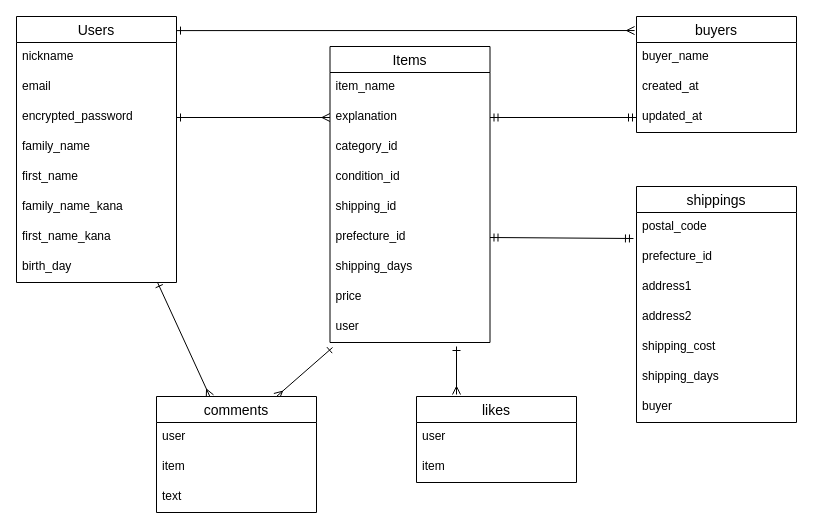
tae-sskr/furima-39205 keeps this draw.io diagram as .dio. Above is the earlier version. Source tidied: cells renumbered, new cells numbered last; positions are measured from the earlier drawing's top-left corner, leaving out a move shared by most shapes. Both pictures are drawn from the tidied source at 100%, with x=0, y=0 at pixel (16, 16).
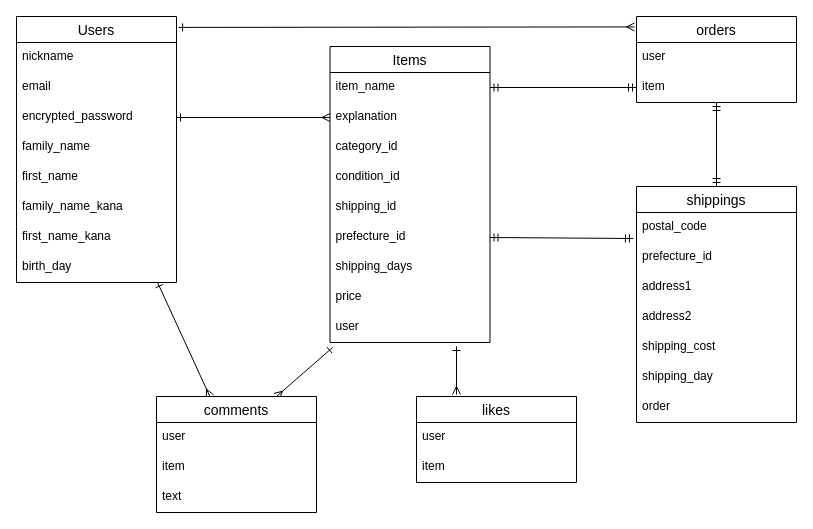
After the change.

Unchanged cells that the change refers to:
```xml
<mxCell id="4" value="Users" style="swimlane;fontStyle=0;horizontal=1;startSize=26;align=center;fontSize=14;" parent="1" vertex="1">
  <mxGeometry width="160" height="266" as="geometry" />
</mxCell>
<mxCell id="15" value="item_name" style="text;strokeColor=none;fillColor=none;spacingLeft=4;spacingRight=4;overflow=hidden;points=[[0,0.5],[1,0.5]];portConstraint=eastwest;fontSize=12;" parent="14" vertex="1">
  <mxGeometry y="26" width="160" height="30" as="geometry" />
</mxCell>
<mxCell id="16" value="explanation" style="text;strokeColor=none;fillColor=none;spacingLeft=4;spacingRight=4;overflow=hidden;points=[[0,0.5],[1,0.5]];portConstraint=eastwest;fontSize=12;" parent="14" vertex="1">
  <mxGeometry y="56" width="160" height="30" as="geometry" />
</mxCell>
<mxCell id="38" value="shippings" style="swimlane;fontStyle=0;horizontal=1;startSize=26;align=center;fontSize=14;" parent="1" vertex="1">
  <mxGeometry x="620" y="170" width="160" height="236" as="geometry" />
</mxCell>
```

The edit, as a diff of the source:
```diff
@@
-    <mxCell id="3" style="edgeStyle=none;html=1;startArrow=ERone;startFill=0;endArrow=ERmany;endFill=0;exitX=1;exitY=0.053;exitDx=0;exitDy=0;exitPerimeter=0;entryX=-0.012;entryY=0.121;entryDx=0;entryDy=0;entryPerimeter=0;" parent="1" edge="1" source="4" target="24">
+    <mxCell id="3" style="edgeStyle=none;html=1;startArrow=ERone;startFill=0;endArrow=ERmany;endFill=0;exitX=1.013;exitY=0.041;exitDx=0;exitDy=0;exitPerimeter=0;entryX=-0.012;entryY=0.121;entryDx=0;entryDy=0;entryPerimeter=0;" parent="1" edge="1" source="4" target="24">
       <mxGeometry relative="1" as="geometry" />
     </mxCell>
@@
+    <mxCell id="47" style="edgeStyle=none;html=1;startArrow=ERmandOne;startFill=0;endArrow=ERmandOne;endFill=0;entryX=0.5;entryY=0;entryDx=0;entryDy=0;" parent="1" edge="1" source="24" target="38">
+      <mxGeometry relative="1" as="geometry" />
+    </mxCell>
-    <mxCell id="24" value="buyers" style="swimlane;fontStyle=0;horizontal=1;startSize=26;align=center;fontSize=14;" parent="1" vertex="1">
-      <mxGeometry x="620" width="160" height="116" as="geometry" />
+    <mxCell id="24" value="orders" style="swimlane;fontStyle=0;horizontal=1;startSize=26;align=center;fontSize=14;" parent="1" vertex="1">
+      <mxGeometry x="620" width="160" height="86" as="geometry" />
     </mxCell>
-    <mxCell id="25" value="buyer_name" style="text;strokeColor=none;fillColor=none;spacingLeft=4;spacingRight=4;overflow=hidden;fontSize=12;" parent="24" vertex="1">
+    <mxCell id="25" value="user" style="text;strokeColor=none;fillColor=none;spacingLeft=4;spacingRight=4;overflow=hidden;fontSize=12;" parent="24" vertex="1">
       <mxGeometry y="26" width="160" height="30" as="geometry" />
     </mxCell>
-    <mxCell id="26" value="created_at" style="text;strokeColor=none;fillColor=none;spacingLeft=4;spacingRight=4;overflow=hidden;points=[[0,0.5],[1,0.5]];portConstraint=eastwest;fontSize=12;" parent="24" vertex="1">
+    <mxCell id="26" value="item" style="text;strokeColor=none;fillColor=none;spacingLeft=4;spacingRight=4;overflow=hidden;points=[[0,0.5],[1,0.5]];portConstraint=eastwest;fontSize=12;" parent="24" vertex="1">
       <mxGeometry y="56" width="160" height="30" as="geometry" />
     </mxCell>
-    <mxCell id="27" value="updated_at" style="text;strokeColor=none;fillColor=none;spacingLeft=4;spacingRight=4;overflow=hidden;points=[[0,0.5],[1,0.5]];portConstraint=eastwest;fontSize=12;" parent="24" vertex="1">
-      <mxGeometry y="86" width="160" height="30" as="geometry" />
-    </mxCell>
@@
-    <mxCell id="37" style="edgeStyle=none;html=1;exitX=1;exitY=0.5;exitDx=0;exitDy=0;entryX=0;entryY=0.5;entryDx=0;entryDy=0;startArrow=ERmandOne;startFill=0;endArrow=ERmandOne;endFill=0;" parent="1" edge="1" source="16" target="27">
+    <mxCell id="37" style="edgeStyle=none;html=1;exitX=1;exitY=0.5;exitDx=0;exitDy=0;entryX=0;entryY=0.5;entryDx=0;entryDy=0;startArrow=ERmandOne;startFill=0;endArrow=ERmandOne;endFill=0;" parent="1" edge="1" source="15" target="26">
       <mxGeometry relative="1" as="geometry" />
     </mxCell>
@@
-    <mxCell id="44" value="shipping_days" style="text;strokeColor=none;fillColor=none;spacingLeft=4;spacingRight=4;overflow=hidden;fontSize=12;" parent="38" vertex="1">
+    <mxCell id="44" value="shipping_day" style="text;strokeColor=none;fillColor=none;spacingLeft=4;spacingRight=4;overflow=hidden;fontSize=12;" parent="38" vertex="1">
       <mxGeometry y="176" width="160" height="30" as="geometry" />
     </mxCell>
-    <mxCell id="45" value="buyer" style="text;strokeColor=none;fillColor=none;spacingLeft=4;spacingRight=4;overflow=hidden;fontSize=12;" parent="38" vertex="1">
+    <mxCell id="45" value="order" style="text;strokeColor=none;fillColor=none;spacingLeft=4;spacingRight=4;overflow=hidden;fontSize=12;" parent="38" vertex="1">
       <mxGeometry y="206" width="160" height="30" as="geometry" />
     </mxCell>
```
